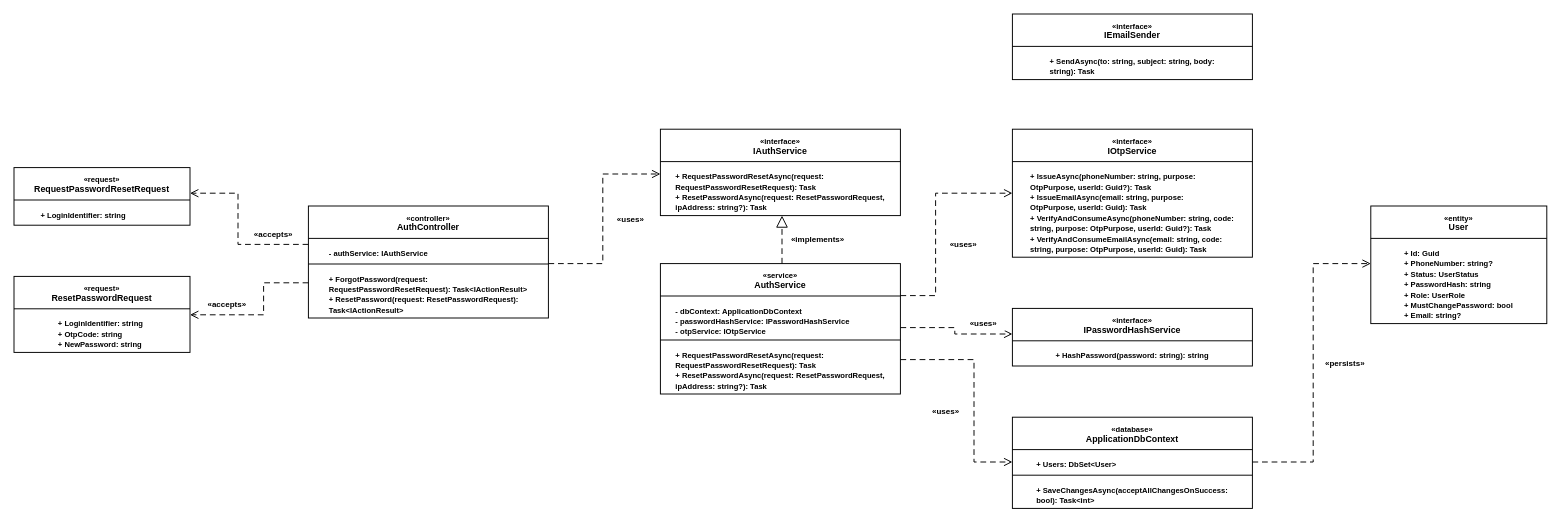
Above: page "3.6.5 Reset Forgotten Password - Class Diagram" (5 of 28) of RP4/drawio/RP4-3.6.drawio in se-05-sdlms/smart-locking-diagram (draw.io), before the change. Source tidied: cells renumbered, new cells numbered last; positions are measured from the earlier drawing's top-left corner, leaving out a move shared by most shapes. Both pictures are drawn from the tidied source at 80%, with x=0, y=0 at pixel (14, 14).
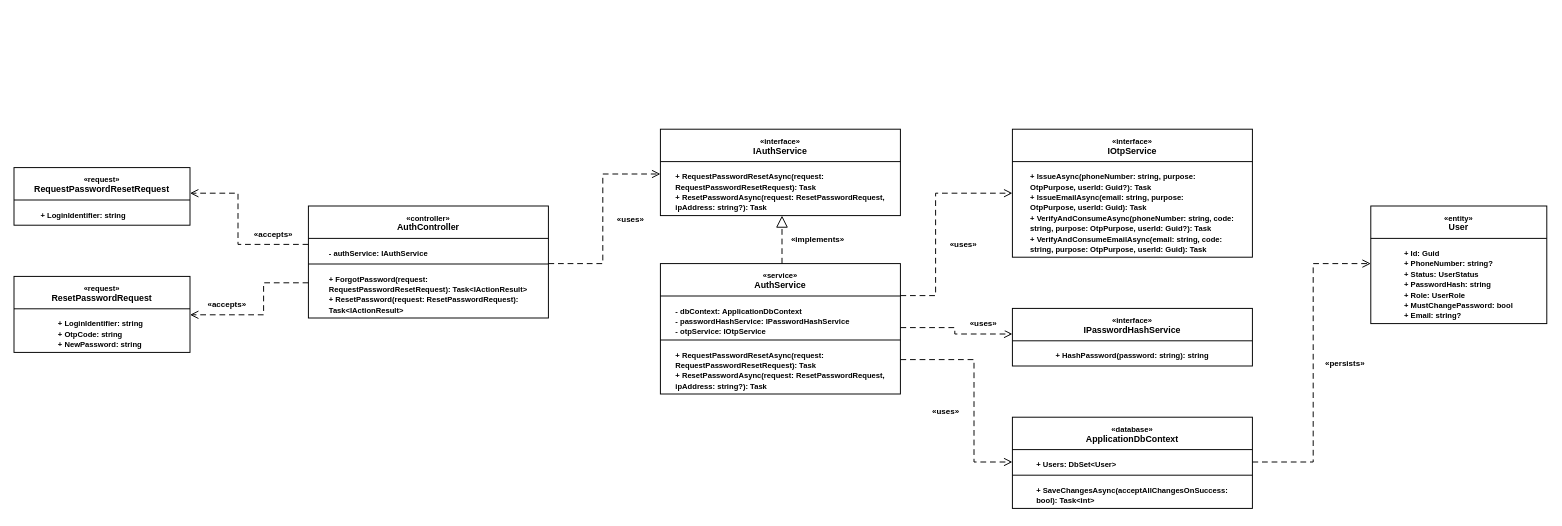
The same page after the edit.

The edit, as a diff of the source:
```diff
@@
-    <mxCell id="8" value="&lt;div style=&quot;display:block;width:100%;text-align:center;padding:5px 0 6px;margin:0;height:29px;box-sizing:border-box&quot;&gt;&lt;b style=&quot;font-size:9.5px&quot;&gt;«interface»&lt;/b&gt;&lt;br&gt;&lt;b style=&quot;font-size:11px&quot;&gt;IEmailSender&lt;/b&gt;&lt;/div&gt;&lt;div style=&quot;height:11px&quot;&gt;&lt;/div&gt;&lt;div style=&quot;height:42px;box-sizing:border-box;padding:8px 8px 4px;margin:0;line-height:13px;font-size:9.5px;font-family:Arial,sans-serif;font-weight:bold;white-space:normal;text-align:left&quot;&gt;+ SendAsync(to: string, subject: string, body:&lt;br&gt;  string): Task&lt;/div&gt;" style="html=1;whiteSpace=wrap;fontFamily=Arial;fontSize=14;fontColor=#000000;shadow=0;whiteSpace=wrap;html=1;align=center;verticalAlign=top;spacing=0;spacingLeft=0;spacingRight=0;spacingTop=0;spacingBottom=0;fillColor=#FFFFFF;strokeColor=#000000;strokeWidth=1.2;fontColor=#000000;fontSize=9.5;fontFamily=Arial;fontStyle=1;rounded=0;" parent="1" vertex="1">
-      <mxGeometry x="1248" width="300" height="82" as="geometry" />
-    </mxCell>
@@
-    <mxCell id="37" style="html=1;whiteSpace=wrap;fontFamily=Arial;fontSize=14;fontColor=#000000;shadow=0;line;strokeWidth=1.2;fillColor=none;strokeColor=#000000;rounded=0;" parent="8" vertex="1">
-      <mxGeometry y="40" width="300" height="1" as="geometry" />
-    </mxCell>
```
